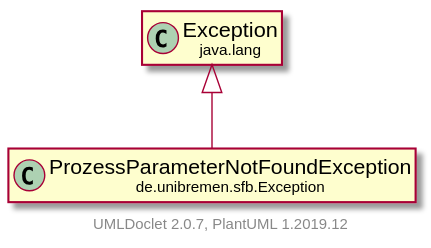
Earlier version of the PlantUML export doc/UML/modulsichtSVG/ProzessParameterNotFoundException.svg (fkehlenb/softwareprojekt-2).
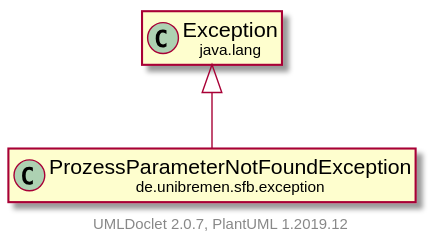
After the change.

What changed in the source:
```diff
@@ -3,11 +3,11 @@
     hide empty fields
     hide empty methods
 
-    class "<size:14>ProzessParameterNotFoundException\n<size:10>de.unibremen.sfb.Exception" as de.unibremen.sfb.Exception.ProzessParameterNotFoundException [[ProzessParameterNotFoundException.html]]
+    class "<size:14>ProzessParameterNotFoundException\n<size:10>de.unibremen.sfb.exception" as de.unibremen.sfb.exception.ProzessParameterNotFoundException [[ProzessParameterNotFoundException.html]]
 
-    class "<size:14>Exception\n<size:10>java.lang" as java.lang.Exception
+    class "<size:14>exception\n<size:10>java.lang" as java.lang.exception
 
-    java.lang.Exception <|-- de.unibremen.sfb.Exception.ProzessParameterNotFoundException
+    java.lang.exception <|-- de.unibremen.sfb.exception.ProzessParameterNotFoundException
 
     center footer UMLDoclet 2.0.7, PlantUML 1.2019.12
 @enduml
```
